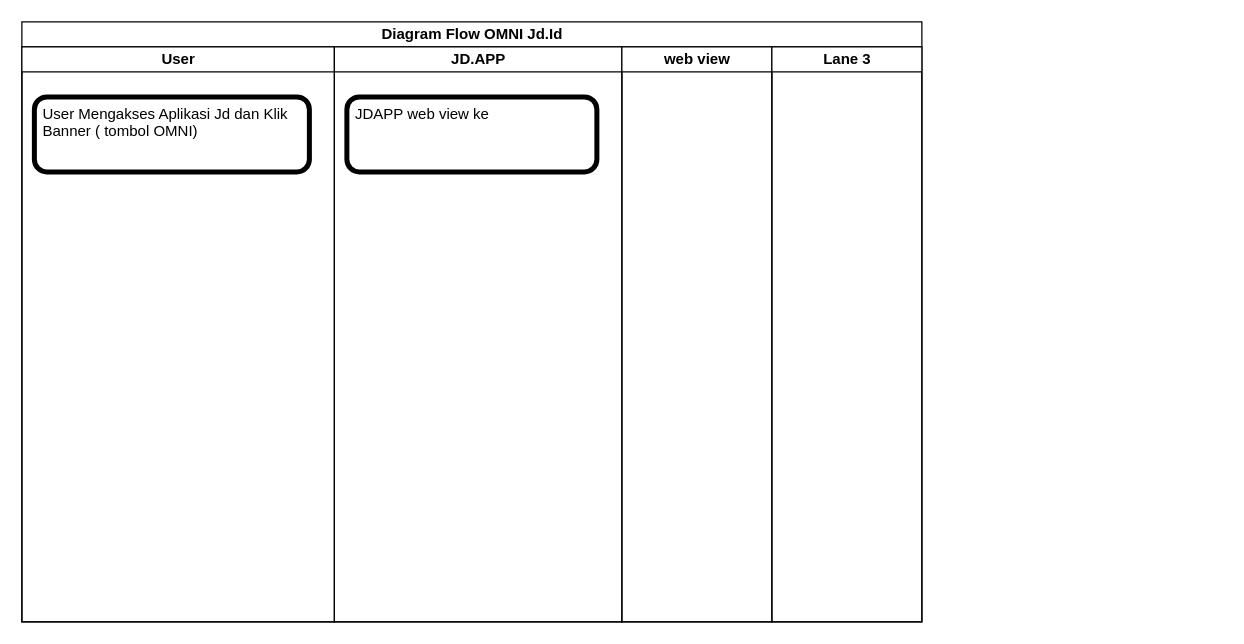
Earlier version of the draw.io diagram page "Page-3" (3 of 3) of Untitled Diagram.drawio (jrpikong/wordcalculator). Source tidied: cells renumbered, new cells numbered last; positions are measured from the earlier drawing's top-left corner, leaving out a move shared by most shapes. Both pictures are drawn from the tidied source at 125%, with x=0, y=0 at pixel (21, 21).
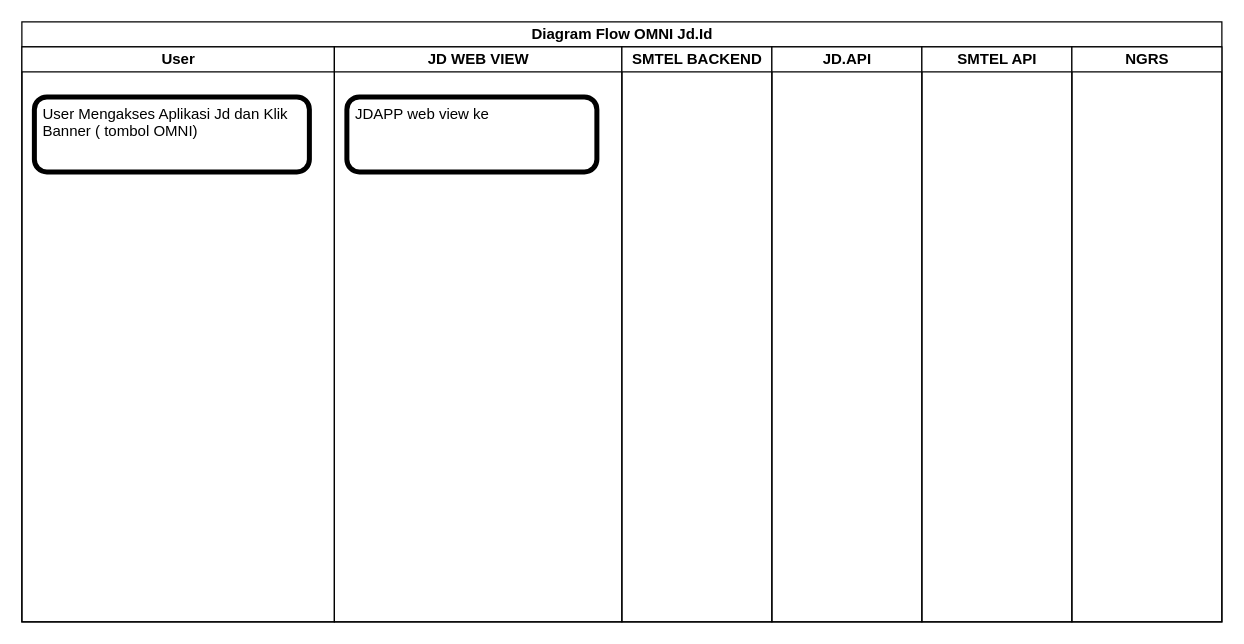
After the change.

Diff of the diagram source:
```diff
@@
 <mxGraphModel>
   <root>
     <mxCell id="0" />
     <mxCell id="1" parent="0" />
     <mxCell id="2" value="Diagram Flow OMNI Jd.Id" style="swimlane;html=1;startSize=20;" parent="1" vertex="1">
-      <mxGeometry width="720" height="480" as="geometry" />
+      <mxGeometry width="960" height="480" as="geometry" />
     </mxCell>
     <mxCell id="3" value="User" style="swimlane;html=1;startSize=20;" parent="2" vertex="1">
       <mxGeometry y="20" width="250" height="460" as="geometry" />
     </mxCell>
     <mxCell id="4" value="User Mengakses Aplikasi Jd dan Klik Banner ( tombol OMNI)" style="points=[[0.25,0,0],[0.5,0,0],[0.75,0,0],[1,0.25,0],[1,0.5,0],[1,0.75,0],[0.75,1,0],[0.5,1,0],[0.25,1,0],[0,0.75,0],[0,0.5,0],[0,0.25,0]];shape=mxgraph.bpmn.task;whiteSpace=wrap;rectStyle=rounded;size=10;bpmnShapeType=call;verticalAlign=top;align=left;spacingLeft=5;" parent="3" vertex="1">
       <mxGeometry x="10" y="40" width="220" height="60" as="geometry" />
     </mxCell>
     <mxCell id="5" style="edgeStyle=orthogonalEdgeStyle;rounded=0;orthogonalLoop=1;jettySize=auto;html=1;exitX=0.5;exitY=1;exitDx=0;exitDy=0;exitPerimeter=0;" parent="3" edge="1" source="4" target="4">
       <mxGeometry relative="1" as="geometry" />
     </mxCell>
-    <mxCell id="6" value="JD.APP" style="swimlane;html=1;startSize=20;" parent="2" vertex="1">
+    <mxCell id="6" value="JD WEB VIEW" style="swimlane;html=1;startSize=20;" parent="2" vertex="1">
       <mxGeometry x="250" y="20" width="230" height="460" as="geometry" />
     </mxCell>
     <mxCell id="7" value="JDAPP web view ke " style="shape=mxgraph.bpmn.task;whiteSpace=wrap;rectStyle=rounded;size=10;bpmnShapeType=call;verticalAlign=top;align=left;spacingLeft=5;" parent="6" vertex="1">
       <mxGeometry x="10" y="40" width="200" height="60" as="geometry" />
     </mxCell>
-    <mxCell id="8" value="web view" style="swimlane;html=1;startSize=20;" parent="2" vertex="1">
+    <mxCell id="8" value="SMTEL BACKEND" style="swimlane;html=1;startSize=20;" parent="2" vertex="1">
       <mxGeometry x="480" y="20" width="120" height="460" as="geometry" />
     </mxCell>
-    <mxCell id="9" value="Lane 3" style="swimlane;html=1;startSize=20;" parent="2" vertex="1">
+    <mxCell id="9" value="JD.API" style="swimlane;html=1;startSize=20;" parent="2" vertex="1">
       <mxGeometry x="600" y="20" width="120" height="460" as="geometry" />
     </mxCell>
+    <mxCell id="10" value="SMTEL API" style="swimlane;html=1;startSize=20;" parent="2" vertex="1">
+      <mxGeometry x="720" y="20" width="120" height="460" as="geometry" />
+    </mxCell>
+    <mxCell id="11" value="NGRS" style="swimlane;html=1;startSize=20;" parent="2" vertex="1">
+      <mxGeometry x="840" y="20" width="120" height="460" as="geometry" />
+    </mxCell>
   </root>
 </mxGraphModel>
```
